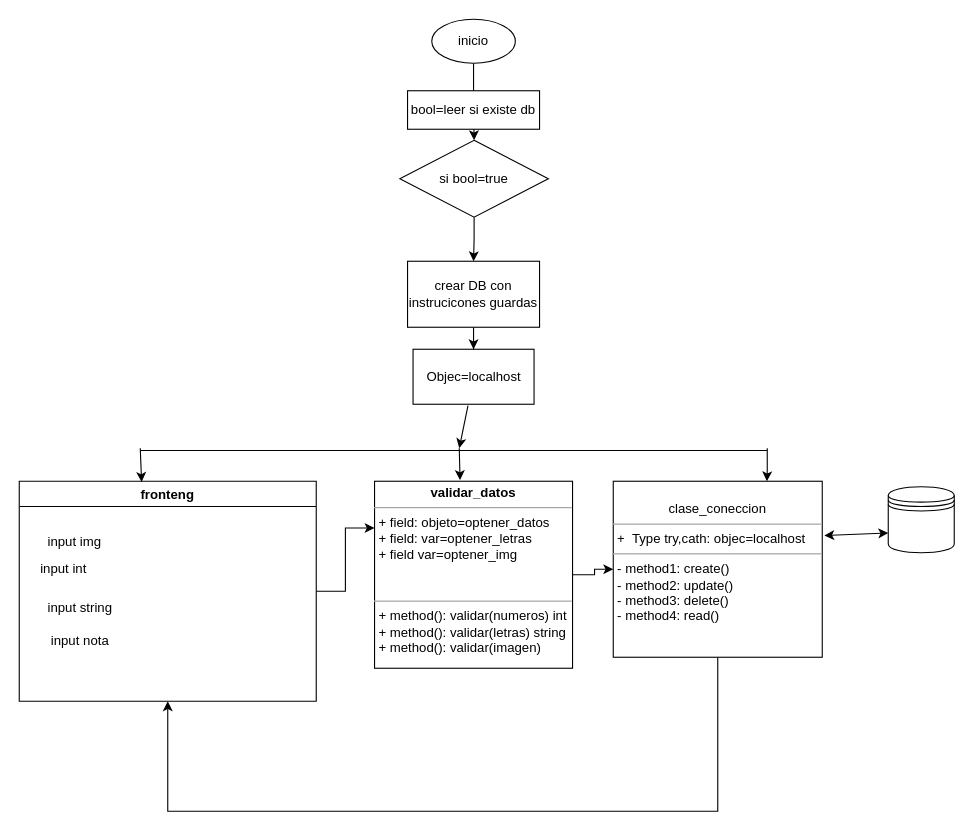
The draw.io diagram Diagrama sin título.drawio in blackblanco/cosas, before the edit. Source tidied: cells renumbered, new cells numbered last; positions are measured from the earlier drawing's top-left corner, leaving out a move shared by most shapes. Both pictures are drawn from the tidied source at 110%, with x=0, y=0 at pixel (19, 19).
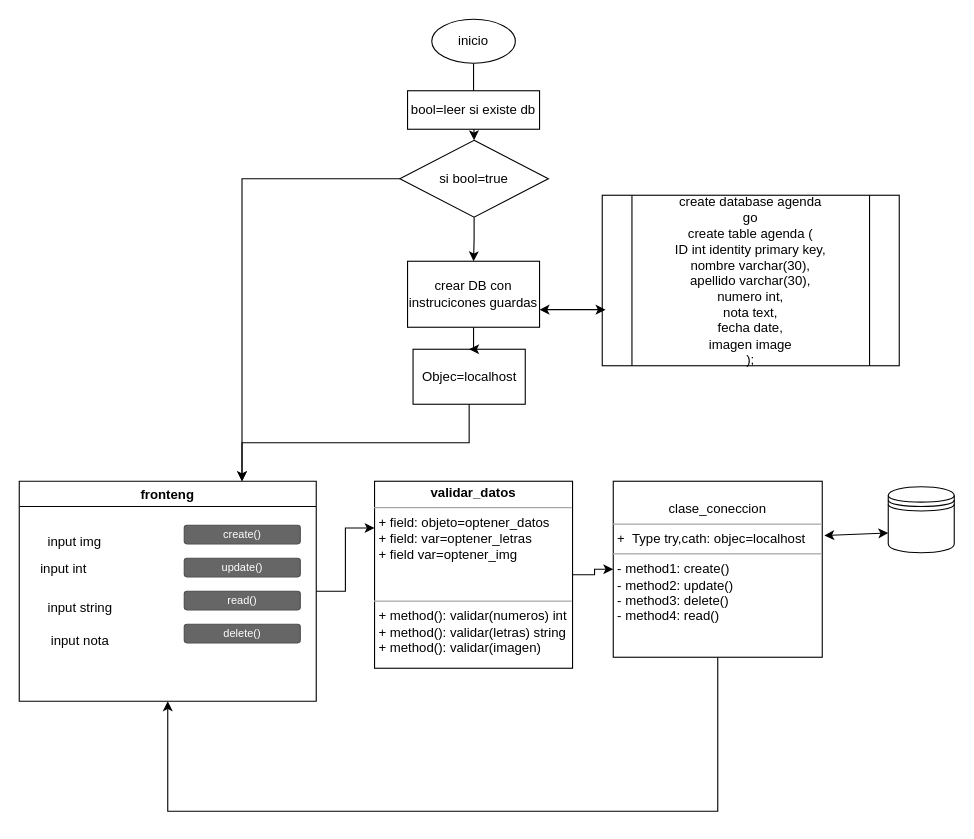
After the change.

The change refers to these unchanged cells:
```xml
<mxCell id="7" value="&lt;p style=&quot;margin:0px;margin-top:4px;text-align:center;&quot;&gt;&lt;b&gt;validar_datos&lt;/b&gt;&lt;/p&gt;&lt;hr size=&quot;1&quot;&gt;&lt;p style=&quot;margin:0px;margin-left:4px;&quot;&gt;+ field: objeto=optener_datos&lt;/p&gt;&lt;p style=&quot;margin:0px;margin-left:4px;&quot;&gt;+ field: var=optener_letras&lt;/p&gt;&lt;p style=&quot;margin:0px;margin-left:4px;&quot;&gt;+ field var=optener_img&lt;/p&gt;&lt;p style=&quot;margin:0px;margin-left:4px;&quot;&gt;&lt;br&gt;&lt;/p&gt;&lt;p style=&quot;margin:0px;margin-left:4px;&quot;&gt;&lt;br&gt;&lt;/p&gt;&lt;hr size=&quot;1&quot;&gt;&lt;p style=&quot;margin:0px;margin-left:4px;&quot;&gt;+ method(): validar(numeros) int&lt;/p&gt;&lt;p style=&quot;margin:0px;margin-left:4px;&quot;&gt;+ method(): validar(letras) string&lt;/p&gt;&lt;p style=&quot;margin:0px;margin-left:4px;&quot;&gt;+ method(): validar(imagen)&lt;/p&gt;" style="verticalAlign=top;align=left;overflow=fill;fontSize=12;fontFamily=Helvetica;html=1;" parent="1" vertex="1">
  <mxGeometry x="323" y="420" width="180" height="170" as="geometry" />
</mxCell>
<mxCell id="13" value="si bool=true" style="rhombus;whiteSpace=wrap;html=1;" parent="1" vertex="1">
  <mxGeometry x="346" y="110" width="135" height="70" as="geometry" />
</mxCell>
<mxCell id="17" value="fronteng" style="swimlane;" parent="1" vertex="1">
  <mxGeometry y="420" width="270" height="200" as="geometry" />
</mxCell>
```

The edit, as a diff of the source:
```diff
@@
+    <mxCell id="27" style="edgeStyle=orthogonalEdgeStyle;rounded=0;jettySize=auto;html=1;exitX=0.5;exitY=1;exitDx=0;exitDy=0;entryX=0.75;entryY=0;entryDx=0;entryDy=0;" parent="1" edge="1" source="10" target="17">
+      <mxGeometry relative="1" as="geometry" />
+    </mxCell>
     <mxCell id="10" value="Objec=localhost" style="html=1;" parent="1" vertex="1">
-      <mxGeometry x="358" y="300" width="110" height="50" as="geometry" />
+      <mxGeometry x="358" y="300" width="102" height="50" as="geometry" />
     </mxCell>
@@
+    <mxCell id="28" style="edgeStyle=orthogonalEdgeStyle;rounded=0;jettySize=auto;html=1;exitX=1;exitY=0.5;exitDx=0;exitDy=0;" parent="1" edge="1" source="13">
+      <mxGeometry relative="1" as="geometry">
+        <mxPoint x="481.5" y="145.1" as="targetPoint" />
+      </mxGeometry>
+    </mxCell>
+    <mxCell id="29" style="edgeStyle=orthogonalEdgeStyle;rounded=0;jettySize=auto;html=1;exitX=0;exitY=0.5;exitDx=0;exitDy=0;entryX=0.75;entryY=0;entryDx=0;entryDy=0;" parent="1" edge="1" source="13" target="17">
+      <mxGeometry relative="1" as="geometry" />
+    </mxCell>
@@
-    <mxCell id="21" style="endArrow=none;html=1;rounded=0;" parent="1" edge="1">
-      <mxGeometry relative="1" as="geometry">
-        <mxPoint x="110" y="392" as="sourcePoint" />
-        <mxPoint x="680" y="392" as="targetPoint" />
-        <Array as="points">
-          <mxPoint x="320" y="392" />
-        </Array>
-      </mxGeometry>
-    </mxCell>
-    <mxCell id="22" style="endArrow=classic;html=1;rounded=0;entryX=0.412;entryY=0.003;entryDx=0;entryDy=0;entryPerimeter=0;" parent="1" edge="1" target="17">
-      <mxGeometry relative="1" as="geometry">
-        <mxPoint x="110" y="390" as="sourcePoint" />
-      </mxGeometry>
-    </mxCell>
-    <mxCell id="23" style="endArrow=classic;html=1;rounded=0;entryX=0.432;entryY=-0.006;entryDx=0;entryDy=0;entryPerimeter=0;" parent="1" edge="1" target="7">
-      <mxGeometry relative="1" as="geometry">
-        <mxPoint x="400" y="390" as="sourcePoint" />
-      </mxGeometry>
-    </mxCell>
-    <mxCell id="24" style="endArrow=classic;html=1;rounded=0;exitX=0.454;exitY=1.025;exitDx=0;exitDy=0;exitPerimeter=0;" parent="1" edge="1" source="10">
-      <mxGeometry relative="1" as="geometry">
-        <mxPoint x="400" y="390" as="targetPoint" />
-      </mxGeometry>
-    </mxCell>
-    <mxCell id="25" style="endArrow=classic;html=1;rounded=0;entryX=0.472;entryY=0;entryDx=0;entryDy=0;entryPerimeter=0;" parent="1" edge="1">
-      <mxGeometry relative="1" as="geometry">
-        <mxPoint x="680" y="390" as="sourcePoint" />
-        <mxPoint x="679.7" y="420" as="targetPoint" />
-        <Array as="points">
-          <mxPoint x="680" y="410" />
-        </Array>
-      </mxGeometry>
-    </mxCell>
+    <mxCell id="30" value="create()" style="rounded=1;html=1;shadow=0;dashed=0;whiteSpace=wrap;fontSize=10;fillColor=#666666;align=center;strokeColor=#4D4D4D;fontColor=#ffffff;" parent="17" vertex="1">
+      <mxGeometry x="150" y="40" width="105.5" height="16.9" as="geometry" />
+    </mxCell>
+    <mxCell id="31" value="update()" style="rounded=1;html=1;shadow=0;dashed=0;whiteSpace=wrap;fontSize=10;fillColor=#666666;align=center;strokeColor=#4D4D4D;fontColor=#ffffff;" parent="17" vertex="1">
+      <mxGeometry x="150" y="70" width="105.5" height="16.9" as="geometry" />
+    </mxCell>
+    <mxCell id="32" value="read()" style="rounded=1;html=1;shadow=0;dashed=0;whiteSpace=wrap;fontSize=10;fillColor=#666666;align=center;strokeColor=#4D4D4D;fontColor=#ffffff;" parent="17" vertex="1">
+      <mxGeometry x="150" y="100" width="105.5" height="16.9" as="geometry" />
+    </mxCell>
+    <mxCell id="33" value="delete()" style="rounded=1;html=1;shadow=0;dashed=0;whiteSpace=wrap;fontSize=10;fillColor=#666666;align=center;strokeColor=#4D4D4D;fontColor=#ffffff;" parent="17" vertex="1">
+      <mxGeometry x="150" y="130" width="105.5" height="16.9" as="geometry" />
+    </mxCell>
@@
+    <mxCell id="34" value="&lt;div&gt;create database agenda&lt;/div&gt;&lt;div&gt;go&lt;/div&gt;&lt;div&gt;create table agenda (&lt;/div&gt;&lt;div&gt;ID int identity primary key,&lt;/div&gt;&lt;div&gt;nombre varchar(30),&lt;/div&gt;&lt;div&gt;apellido varchar(30),&lt;/div&gt;&lt;div&gt;numero int,&lt;/div&gt;&lt;div&gt;nota text,&lt;/div&gt;&lt;div&gt;fecha date,&lt;/div&gt;&lt;div&gt;imagen image&lt;/div&gt;&lt;div&gt;);&lt;/div&gt;" style="shape=process;whiteSpace=wrap;html=1;backgroundOutline=1;" parent="1" vertex="1">
+      <mxGeometry x="530" y="160" width="270" height="155" as="geometry" />
+    </mxCell>
+    <mxCell id="35" style="endArrow=classic;startArrow=classic;html=1;rounded=0;" parent="1" edge="1">
+      <mxGeometry relative="1" as="geometry">
+        <mxPoint x="473" y="264" as="sourcePoint" />
+        <mxPoint x="533" y="264" as="targetPoint" />
+      </mxGeometry>
+    </mxCell>
```
